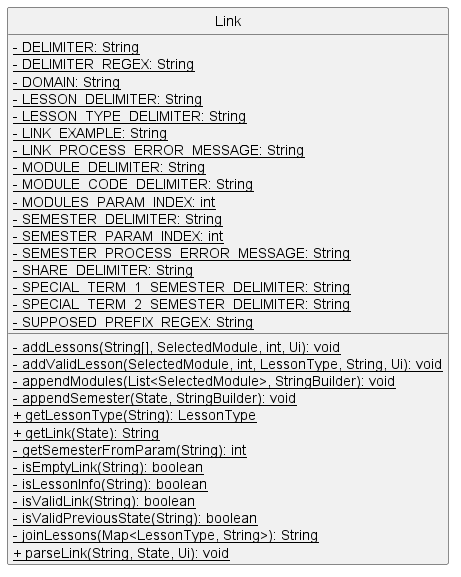
Before: docs/images/linkClass.png, a diagram exported from PlantUML (nus-cs2113-AY2223S1/tp).
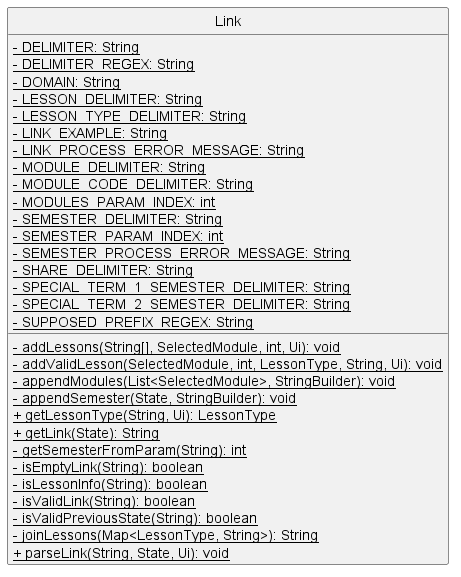
After the change.

What changed in the source:
```diff
@@ -25,7 +25,7 @@
     <u>- addValidLesson(SelectedModule, int, LessonType, String, Ui): void
     <u>- appendModules(List<SelectedModule>, StringBuilder): void
     <u>- appendSemester(State, StringBuilder): void
-    <u>+ getLessonType(String): LessonType
+    <u>+ getLessonType(String, Ui): LessonType
     <u>+ getLink(State): String
     <u>- getSemesterFromParam(String): int
     <u>- isEmptyLink(String): boolean
```
